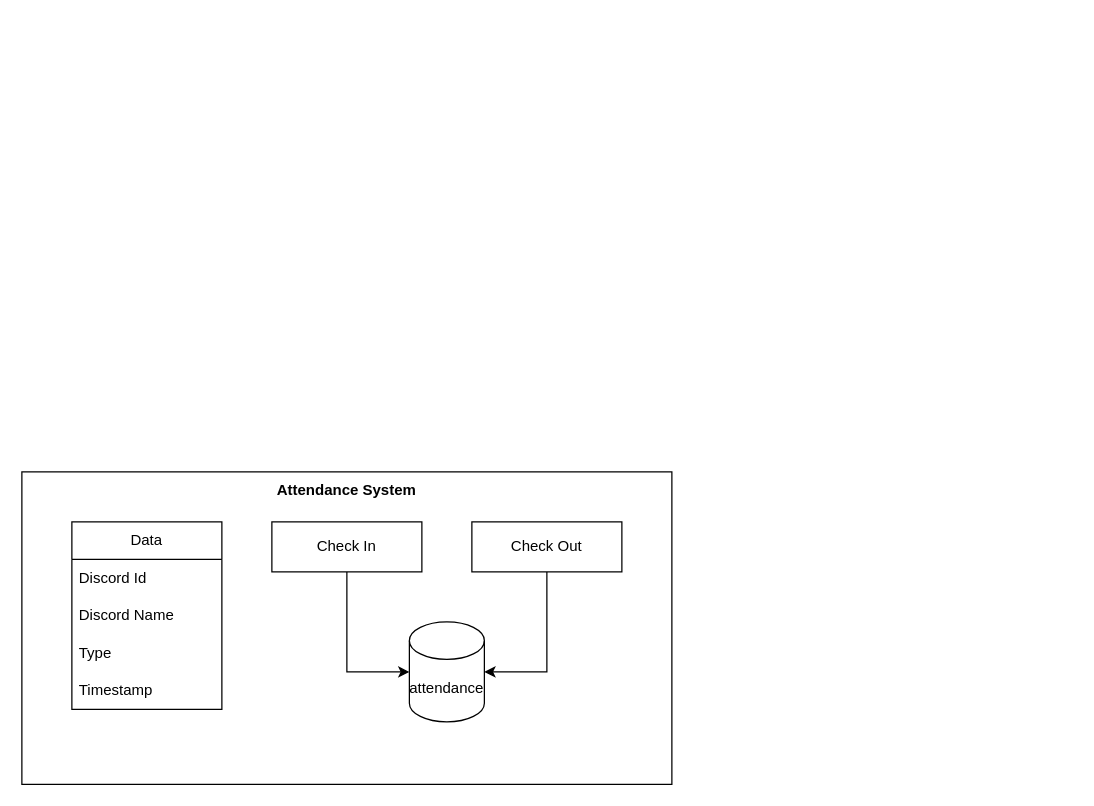
Above: rise_bot.drawio in natthaphummm/diagrams-data (draw.io), before the change. Source tidied: cells renumbered, new cells numbered last; positions are measured from the earlier drawing's top-left corner, leaving out a move shared by most shapes. Both pictures are drawn from the tidied source at 125%, with x=0, y=0 at pixel (21, 471).
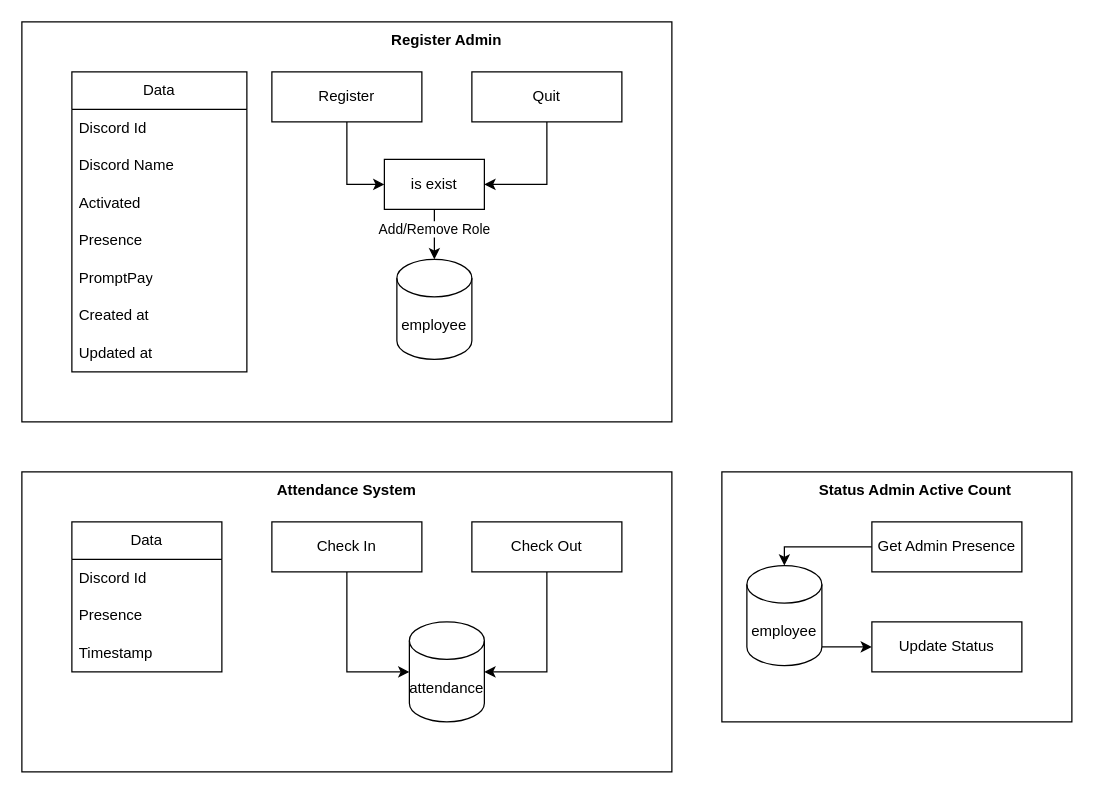
The same diagram, later.

What changed in the source:
```diff
@@
+    <mxCell id="14" style="rounded=0;whiteSpace=wrap;html=1;" parent="1" vertex="1">
+      <mxGeometry y="-360" width="520" height="320" as="geometry" />
+    </mxCell>
+    <mxCell id="15" style="rounded=0;whiteSpace=wrap;html=1;" parent="1" vertex="1">
+      <mxGeometry x="560" width="280" height="200" as="geometry" />
+    </mxCell>
     <mxCell id="2" style="rounded=0;whiteSpace=wrap;html=1;" parent="1" vertex="1">
-      <mxGeometry width="520" height="250" as="geometry" />
+      <mxGeometry width="520" height="240" as="geometry" />
     </mxCell>
@@
     <mxCell id="7" value="Data" style="swimlane;fontStyle=0;horizontal=1;startSize=30;whiteSpace=wrap;html=1;" parent="1" vertex="1">
-      <mxGeometry x="40" y="40" width="120" height="150" as="geometry" />
+      <mxGeometry x="40" y="40" width="120" height="120" as="geometry" />
     </mxCell>
@@
-    <mxCell id="9" value="Discord Name" style="text;strokeColor=none;fillColor=none;align=left;verticalAlign=middle;spacingLeft=4;spacingRight=4;overflow=hidden;whiteSpace=wrap;html=1;" parent="7" vertex="1">
-      <mxGeometry y="60" width="120" height="30" as="geometry" />
-    </mxCell>
-    <mxCell id="10" value="Type" style="text;strokeColor=none;fillColor=none;align=left;verticalAlign=middle;spacingLeft=4;spacingRight=4;overflow=hidden;whiteSpace=wrap;html=1;" parent="7" vertex="1">
-      <mxGeometry y="90" width="120" height="30" as="geometry" />
+    <mxCell id="10" value="Presence" style="text;strokeColor=none;fillColor=none;align=left;verticalAlign=middle;spacingLeft=4;spacingRight=4;overflow=hidden;whiteSpace=wrap;html=1;" parent="7" vertex="1">
+      <mxGeometry y="60" width="120" height="30" as="geometry" />
     </mxCell>
     <mxCell id="11" value="Timestamp" style="text;strokeColor=none;fillColor=none;align=left;verticalAlign=middle;spacingLeft=4;spacingRight=4;overflow=hidden;whiteSpace=wrap;html=1;" parent="7" vertex="1">
-      <mxGeometry y="120" width="120" height="30" as="geometry" />
+      <mxGeometry y="90" width="120" height="30" as="geometry" />
     </mxCell>
@@
+    <mxCell id="16" value="&lt;b&gt;Status Admin Active Count&lt;/b&gt;" style="text;html=1;strokeColor=none;fillColor=none;align=center;verticalAlign=middle;whiteSpace=wrap;rounded=0;" parent="1" vertex="1">
+      <mxGeometry x="630" width="170" height="30" as="geometry" />
+    </mxCell>
+    <mxCell id="17" style="edgeStyle=orthogonalEdgeStyle;rounded=0;jettySize=auto;html=1;" parent="1" edge="1" source="18" target="20">
+      <mxGeometry relative="1" as="geometry">
+        <Array as="points">
+          <mxPoint x="610" y="60" />
+        </Array>
+      </mxGeometry>
+    </mxCell>
+    <mxCell id="18" value="Get Admin&amp;nbsp;Presence" style="rounded=0;whiteSpace=wrap;html=1;" parent="1" vertex="1">
+      <mxGeometry x="680" y="40" width="120" height="40" as="geometry" />
+    </mxCell>
+    <mxCell id="19" style="edgeStyle=orthogonalEdgeStyle;rounded=0;jettySize=auto;html=1;exitX=1;exitY=1;exitDx=0;exitDy=-15;exitPerimeter=0;entryX=0;entryY=0.5;entryDx=0;entryDy=0;" parent="1" edge="1" source="20" target="21">
+      <mxGeometry relative="1" as="geometry" />
+    </mxCell>
+    <mxCell id="20" value="employee" style="shape=cylinder3;whiteSpace=wrap;html=1;boundedLbl=1;backgroundOutline=1;size=15;" parent="1" vertex="1">
+      <mxGeometry x="580" y="75" width="60" height="80" as="geometry" />
+    </mxCell>
+    <mxCell id="21" value="Update Status" style="rounded=0;whiteSpace=wrap;html=1;" parent="1" vertex="1">
+      <mxGeometry x="680" y="120" width="120" height="40" as="geometry" />
+    </mxCell>
+    <mxCell id="22" value="&lt;b&gt;Register Admin&lt;/b&gt;" style="text;html=1;strokeColor=none;fillColor=none;align=center;verticalAlign=middle;whiteSpace=wrap;rounded=0;" parent="1" vertex="1">
+      <mxGeometry x="280" y="-360" width="120" height="30" as="geometry" />
+    </mxCell>
+    <mxCell id="23" style="edgeStyle=orthogonalEdgeStyle;rounded=0;jettySize=auto;html=1;exitX=0.5;exitY=1;exitDx=0;exitDy=0;entryX=0;entryY=0.5;entryDx=0;entryDy=0;" parent="1" edge="1" source="24" target="37">
+      <mxGeometry relative="1" as="geometry" />
+    </mxCell>
+    <mxCell id="24" value="Register" style="rounded=0;whiteSpace=wrap;html=1;" parent="1" vertex="1">
+      <mxGeometry x="200" y="-320" width="120" height="40" as="geometry" />
+    </mxCell>
+    <mxCell id="25" style="edgeStyle=orthogonalEdgeStyle;rounded=0;jettySize=auto;html=1;entryX=1;entryY=0.5;entryDx=0;entryDy=0;" parent="1" edge="1" source="26" target="37">
+      <mxGeometry relative="1" as="geometry" />
+    </mxCell>
+    <mxCell id="26" value="Quit" style="rounded=0;whiteSpace=wrap;html=1;" parent="1" vertex="1">
+      <mxGeometry x="360" y="-320" width="120" height="40" as="geometry" />
+    </mxCell>
+    <mxCell id="27" value="Data" style="swimlane;fontStyle=0;horizontal=1;startSize=30;whiteSpace=wrap;html=1;" parent="1" vertex="1">
+      <mxGeometry x="40" y="-320" width="140" height="240" as="geometry" />
+    </mxCell>
+    <mxCell id="28" value="Discord Id" style="text;strokeColor=none;fillColor=none;align=left;verticalAlign=middle;spacingLeft=4;spacingRight=4;overflow=hidden;whiteSpace=wrap;html=1;" parent="27" vertex="1">
+      <mxGeometry y="30" width="140" height="30" as="geometry" />
+    </mxCell>
+    <mxCell id="9" value="Discord Name" style="text;strokeColor=none;fillColor=none;align=left;verticalAlign=middle;spacingLeft=4;spacingRight=4;overflow=hidden;whiteSpace=wrap;html=1;" parent="27" vertex="1">
+      <mxGeometry y="60" width="140" height="30" as="geometry" />
+    </mxCell>
+    <mxCell id="29" value="Activated" style="text;strokeColor=none;fillColor=none;align=left;verticalAlign=middle;spacingLeft=4;spacingRight=4;overflow=hidden;whiteSpace=wrap;html=1;" parent="27" vertex="1">
+      <mxGeometry y="90" width="140" height="30" as="geometry" />
+    </mxCell>
+    <mxCell id="30" value="Presence" style="text;strokeColor=none;fillColor=none;align=left;verticalAlign=middle;spacingLeft=4;spacingRight=4;overflow=hidden;whiteSpace=wrap;html=1;" parent="27" vertex="1">
+      <mxGeometry y="120" width="140" height="30" as="geometry" />
+    </mxCell>
+    <mxCell id="31" value="PromptPay" style="text;strokeColor=none;fillColor=none;align=left;verticalAlign=middle;spacingLeft=4;spacingRight=4;overflow=hidden;whiteSpace=wrap;html=1;" parent="27" vertex="1">
+      <mxGeometry y="150" width="140" height="30" as="geometry" />
+    </mxCell>
+    <mxCell id="32" value="Created at" style="text;strokeColor=none;fillColor=none;align=left;verticalAlign=middle;spacingLeft=4;spacingRight=4;overflow=hidden;whiteSpace=wrap;html=1;" parent="27" vertex="1">
+      <mxGeometry y="180" width="140" height="30" as="geometry" />
+    </mxCell>
+    <mxCell id="33" value="Updated at" style="text;strokeColor=none;fillColor=none;align=left;verticalAlign=middle;spacingLeft=4;spacingRight=4;overflow=hidden;whiteSpace=wrap;html=1;" parent="27" vertex="1">
+      <mxGeometry y="210" width="140" height="30" as="geometry" />
+    </mxCell>
+    <mxCell id="34" value="employee" style="shape=cylinder3;whiteSpace=wrap;html=1;boundedLbl=1;backgroundOutline=1;size=15;" parent="1" vertex="1">
+      <mxGeometry x="300" y="-170" width="60" height="80" as="geometry" />
+    </mxCell>
+    <mxCell id="35" style="edgeStyle=orthogonalEdgeStyle;rounded=0;jettySize=auto;html=1;exitX=0.5;exitY=1;exitDx=0;exitDy=0;entryX=0.5;entryY=0;entryDx=0;entryDy=0;entryPerimeter=0;" parent="1" edge="1" source="37" target="34">
+      <mxGeometry relative="1" as="geometry" />
+    </mxCell>
+    <mxCell id="36" value="Add/Remove Role" style="edgeLabel;html=1;align=center;verticalAlign=middle;" parent="35" vertex="1">
+      <mxGeometry x="-0.25" y="-1" relative="1" as="geometry" />
+    </mxCell>
+    <mxCell id="37" value="is exist" style="rounded=0;whiteSpace=wrap;html=1;" parent="1" vertex="1">
+      <mxGeometry x="290" y="-250" width="80" height="40" as="geometry" />
+    </mxCell>
```
